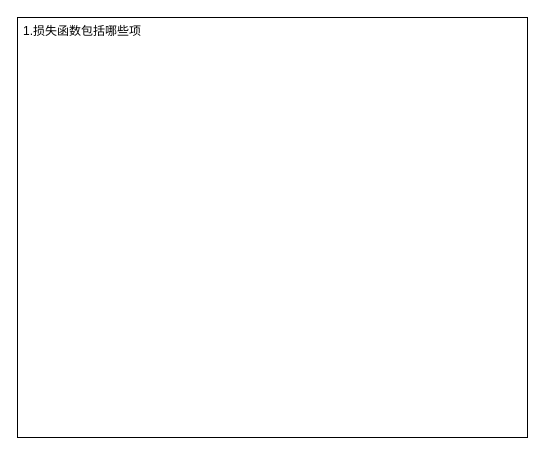
The draw.io diagram CV八股.drawio in limpid-11/drawio, before the edit. Source tidied: cells renumbered, new cells numbered last; positions are measured from the earlier drawing's top-left corner, leaving out a move shared by most shapes. Both pictures are drawn from the tidied source at 100%, with x=0, y=0 at pixel (17, 17).
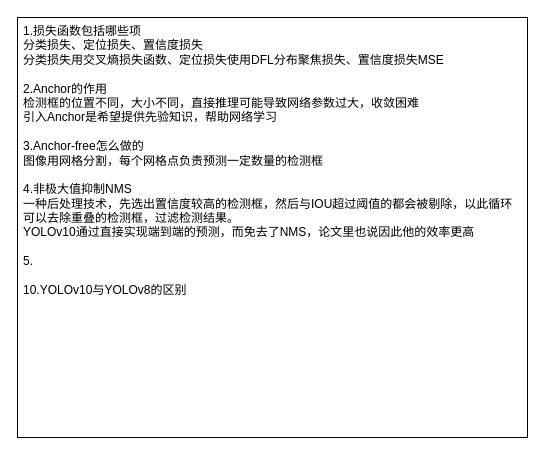
The same page after the edit.

Change to the diagram source:
```diff
@@
 <mxGraphModel>
   <root>
     <mxCell id="0" />
     <mxCell id="1" parent="0" />
-    <mxCell id="2" value="&lt;div&gt;1.损失函数包括哪些项&lt;/div&gt;&lt;div&gt;&lt;br&gt;&lt;/div&gt;&lt;div&gt;&lt;br&gt;&lt;/div&gt;" style="rounded=0;whiteSpace=wrap;html=1;align=left;verticalAlign=top;spacingLeft=4;" parent="1" vertex="1">
+    <mxCell id="2" value="&lt;div&gt;1.损失函数包括哪些项&lt;/div&gt;&lt;div&gt;分类损失、定位损失、置信度损失&lt;/div&gt;&lt;div&gt;分类损失用交叉熵损失函数、定位损失使用DFL分布聚焦损失、置信度损失MSE&lt;/div&gt;&lt;div&gt;&lt;br&gt;&lt;/div&gt;&lt;div&gt;2.Anchor的作用&lt;/div&gt;&lt;div&gt;检测框的位置不同，大小不同，直接推理可能导致网络参数过大，收敛困难&lt;/div&gt;&lt;div&gt;引入Anchor是希望提供先验知识，帮助网络学习&lt;/div&gt;&lt;div&gt;&lt;br&gt;&lt;/div&gt;&lt;div&gt;3.Anchor-free怎么做的&lt;/div&gt;&lt;div&gt;图像用网格分割，每个网格点负责预测一定数量的检测框&lt;/div&gt;&lt;div&gt;&lt;br&gt;&lt;/div&gt;&lt;div&gt;4.非极大值抑制NMS&lt;/div&gt;&lt;div&gt;一种后处理技术，先选出置信度较高的检测框，然后与IOU超过阈值的都会被剔除，以此循环&lt;/div&gt;&lt;div&gt;可以去除重叠的检测框，过滤检测结果。&lt;/div&gt;&lt;div&gt;YOLOv10通过直接实现端到端的预测，而免去了NMS，论文里也说因此他的效率更高&lt;/div&gt;&lt;div&gt;&lt;br&gt;&lt;/div&gt;&lt;div&gt;5.&lt;/div&gt;&lt;div&gt;&lt;br&gt;&lt;/div&gt;&lt;div&gt;10.YOLOv10与YOLOv8的区别&lt;/div&gt;&lt;div&gt;&lt;br&gt;&lt;/div&gt;&lt;div&gt;&lt;br&gt;&lt;/div&gt;" style="rounded=0;whiteSpace=wrap;html=1;align=left;verticalAlign=top;spacingLeft=4;" parent="1" vertex="1">
       <mxGeometry width="510" height="420" as="geometry" />
     </mxCell>
   </root>
 </mxGraphModel>
```
